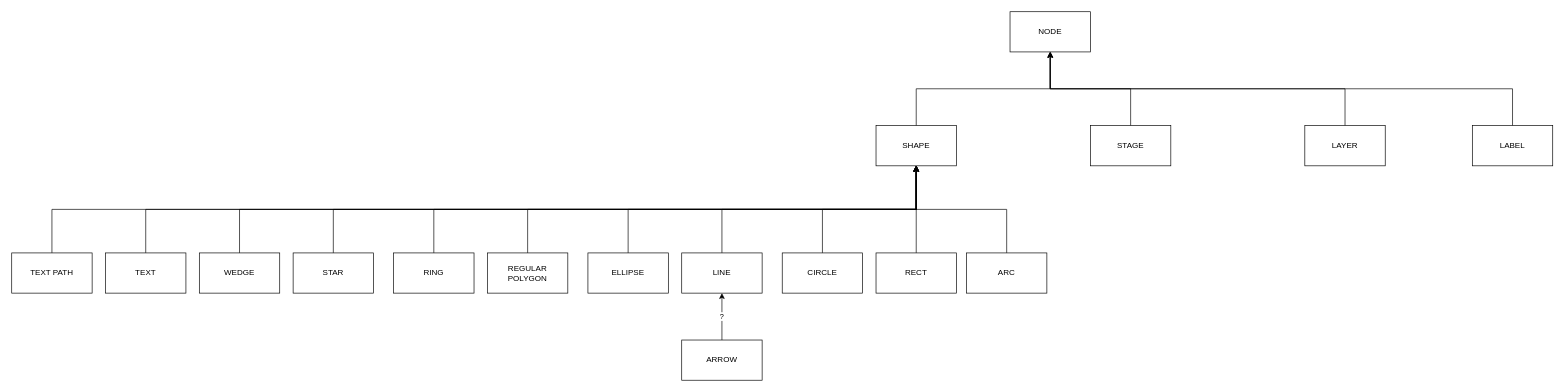
The draw.io diagram Docs/KonvaHierarchy.drawio in xevilmaxx/BlazorKonva, before the edit. Source tidied: cells renumbered, new cells numbered last; positions are measured from the earlier drawing's top-left corner, leaving out a move shared by most shapes. Both pictures are drawn from the tidied source at 67%, with x=0, y=0 at pixel (11, 11).
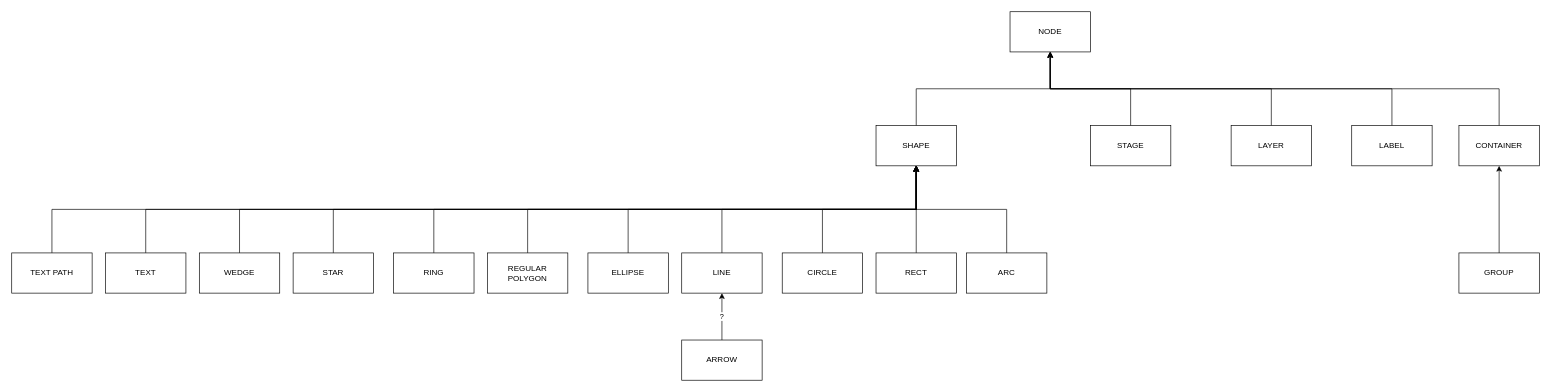
Above is the later version.

The change refers to these unchanged cells:
```xml
<mxCell id="2" value="NODE" style="rounded=0;whiteSpace=wrap;html=1;" parent="1" vertex="1">
  <mxGeometry x="1490" width="120" height="60" as="geometry" />
</mxCell>
```

Change to the diagram source:
```diff
@@
     <mxCell id="14" value="LAYER" style="rounded=0;whiteSpace=wrap;html=1;" parent="1" vertex="1">
-      <mxGeometry x="1930" y="170" width="120" height="60" as="geometry" />
+      <mxGeometry x="1820" y="170" width="120" height="60" as="geometry" />
     </mxCell>
@@
     <mxCell id="32" value="LABEL" style="rounded=0;whiteSpace=wrap;html=1;" parent="1" vertex="1">
-      <mxGeometry x="2180" y="170" width="120" height="60" as="geometry" />
+      <mxGeometry x="2000" y="170" width="120" height="60" as="geometry" />
     </mxCell>
@@
+    <mxCell id="35" style="edgeStyle=orthogonalEdgeStyle;rounded=0;jettySize=auto;html=1;entryX=0.5;entryY=1;entryDx=0;entryDy=0;exitX=0.5;exitY=0;exitDx=0;exitDy=0;" parent="1" edge="1" source="36" target="2">
+      <mxGeometry relative="1" as="geometry" />
+    </mxCell>
+    <mxCell id="36" value="CONTAINER" style="rounded=0;whiteSpace=wrap;html=1;" parent="1" vertex="1">
+      <mxGeometry x="2160" y="170" width="120" height="60" as="geometry" />
+    </mxCell>
+    <mxCell id="37" style="edgeStyle=orthogonalEdgeStyle;rounded=0;jettySize=auto;html=1;entryX=0.5;entryY=1;entryDx=0;entryDy=0;" parent="1" edge="1" source="38" target="36">
+      <mxGeometry relative="1" as="geometry" />
+    </mxCell>
+    <mxCell id="38" value="GROUP" style="rounded=0;whiteSpace=wrap;html=1;" parent="1" vertex="1">
+      <mxGeometry x="2160" y="360" width="120" height="60" as="geometry" />
+    </mxCell>
```
